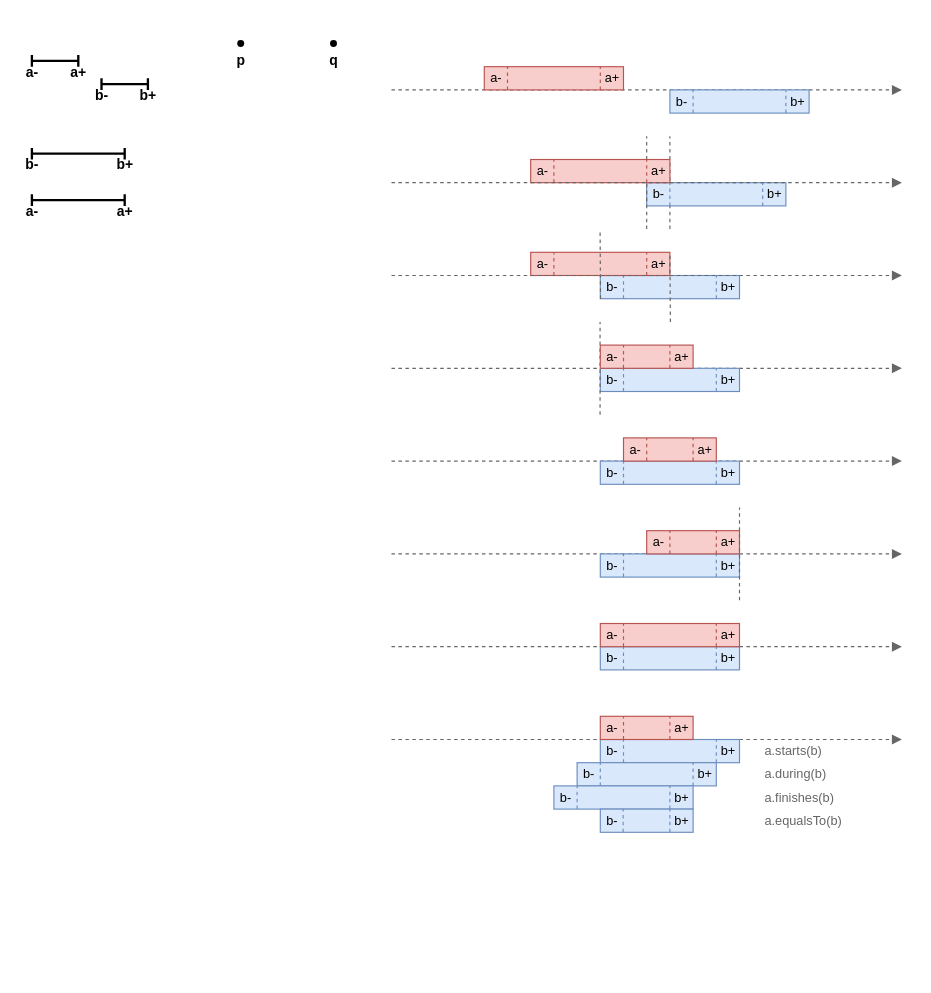
Before: page "Relations-Src" (4 of 4) of res/resources.drawio in gchudnov/mindthegap, a draw.io diagram. Source tidied: cells renumbered, new cells numbered last; positions are measured from the earlier drawing's top-left corner, leaving out a move shared by most shapes. Both pictures are drawn from the tidied source at 116%, with x=0, y=0 at pixel (20, 20).
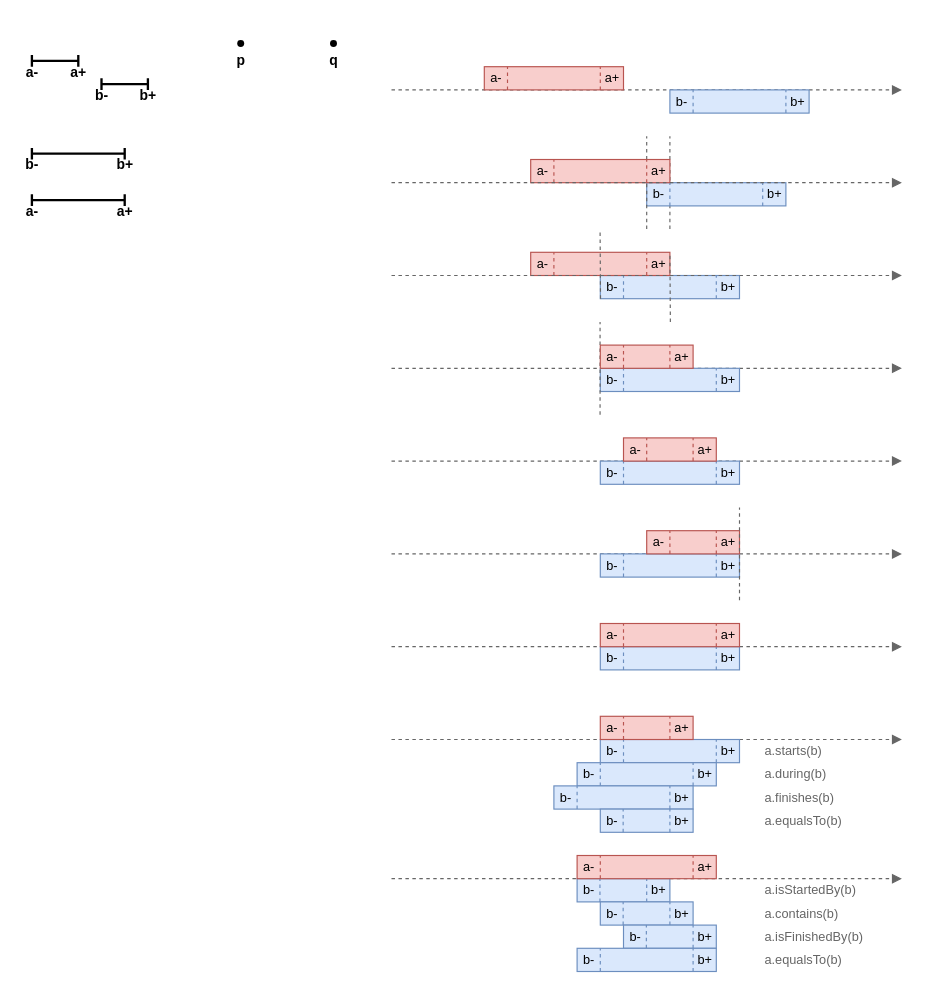
Above is the later version.

Change to the diagram source:
```diff
@@
+    <mxCell id="152" style="endArrow=block;html=1;fontSize=12;strokeWidth=1;fillColor=#f5f5f5;strokeColor=#666666;endFill=1;dashed=1;" parent="1" edge="1">
+      <mxGeometry relative="1" as="geometry">
+        <mxPoint x="320" y="740" as="sourcePoint" />
+        <mxPoint x="760" y="740" as="targetPoint" />
+      </mxGeometry>
+    </mxCell>
+    <mxCell id="153" style="group;" parent="1" vertex="1">
+      <mxGeometry x="480" y="740" width="80" height="20" as="geometry" />
+    </mxCell>
+    <mxCell id="154" style="rounded=0;whiteSpace=wrap;html=1;fontSize=12;strokeWidth=1;fillColor=#dae8fc;strokeColor=#6c8ebf;" parent="153" vertex="1">
+      <mxGeometry width="80" height="20" as="geometry" />
+    </mxCell>
+    <mxCell id="155" value="b-" style="text;html=1;strokeColor=none;fillColor=none;align=center;verticalAlign=middle;rounded=0;fontSize=11;" parent="153" vertex="1">
+      <mxGeometry width="20" height="20" as="geometry" />
+    </mxCell>
+    <mxCell id="156" value="b+" style="text;strokeColor=none;fillColor=none;align=center;verticalAlign=middle;rounded=0;fontSize=11;html=1;spacing=2;" parent="153" vertex="1">
+      <mxGeometry x="60" width="20" height="20" as="geometry" />
+    </mxCell>
+    <mxCell id="157" style="endArrow=none;dashed=1;html=1;strokeWidth=1;fontSize=11;fillColor=#dae8fc;strokeColor=#6c8ebf;" parent="153" edge="1">
+      <mxGeometry relative="1" as="geometry">
+        <mxPoint x="60" y="20" as="sourcePoint" />
+        <mxPoint x="60" as="targetPoint" />
+      </mxGeometry>
+    </mxCell>
+    <mxCell id="158" style="endArrow=none;dashed=1;html=1;strokeWidth=1;fontSize=11;fillColor=#dae8fc;strokeColor=#6c8ebf;" parent="153" edge="1">
+      <mxGeometry relative="1" as="geometry">
+        <mxPoint x="19.7" y="20" as="sourcePoint" />
+        <mxPoint x="19.7" as="targetPoint" />
+      </mxGeometry>
+    </mxCell>
+    <mxCell id="159" value="a.isStartedBy(b)" style="text;html=1;strokeColor=none;fillColor=none;align=left;verticalAlign=middle;whiteSpace=wrap;rounded=0;fontSize=11;fontColor=#666666;" parent="1" vertex="1">
+      <mxGeometry x="640" y="740" width="80" height="20" as="geometry" />
+    </mxCell>
+    <mxCell id="160" value="a.contains(b)" style="text;html=1;strokeColor=none;fillColor=none;align=left;verticalAlign=middle;whiteSpace=wrap;rounded=0;fontSize=11;fontColor=#666666;" parent="1" vertex="1">
+      <mxGeometry x="640" y="760" width="80" height="20" as="geometry" />
+    </mxCell>
+    <mxCell id="161" value="a.isFinishedBy(b)" style="text;html=1;strokeColor=none;fillColor=none;align=left;verticalAlign=middle;whiteSpace=wrap;rounded=0;fontSize=11;fontColor=#666666;" parent="1" vertex="1">
+      <mxGeometry x="640" y="780" width="80" height="20" as="geometry" />
+    </mxCell>
+    <mxCell id="162" value="a.equalsTo(b)" style="text;html=1;strokeColor=none;fillColor=none;align=left;verticalAlign=middle;whiteSpace=wrap;rounded=0;fontSize=11;fontColor=#666666;" parent="1" vertex="1">
+      <mxGeometry x="640" y="800" width="80" height="20" as="geometry" />
+    </mxCell>
+    <mxCell id="163" style="group;" parent="1" vertex="1">
+      <mxGeometry x="480" y="720" width="120" height="20" as="geometry" />
+    </mxCell>
+    <mxCell id="164" style="rounded=0;whiteSpace=wrap;html=1;fontSize=12;strokeWidth=1;fillColor=#f8cecc;strokeColor=#b85450;" parent="163" vertex="1">
+      <mxGeometry width="120" height="20" as="geometry" />
+    </mxCell>
+    <mxCell id="165" value="&lt;p style=&quot;line-height: 1.2&quot;&gt;a-&lt;/p&gt;" style="text;html=1;strokeColor=none;fillColor=none;align=center;verticalAlign=middle;rounded=0;fontSize=11;labelPosition=center;verticalLabelPosition=middle;horizontal=1;" parent="163" vertex="1">
+      <mxGeometry width="20" height="20" as="geometry" />
+    </mxCell>
+    <mxCell id="166" value="a+" style="text;html=1;strokeColor=none;fillColor=none;align=center;verticalAlign=middle;rounded=0;fontSize=11;spacing=2;" parent="163" vertex="1">
+      <mxGeometry x="100" width="20" height="20" as="geometry" />
+    </mxCell>
+    <mxCell id="167" style="endArrow=none;dashed=1;html=1;strokeWidth=1;fontSize=11;fillColor=#f8cecc;strokeColor=#b85450;" parent="163" edge="1">
+      <mxGeometry relative="1" as="geometry">
+        <mxPoint x="100" y="20" as="sourcePoint" />
+        <mxPoint x="100" as="targetPoint" />
+      </mxGeometry>
+    </mxCell>
+    <mxCell id="168" style="endArrow=none;dashed=1;html=1;strokeWidth=1;fontSize=11;fillColor=#f8cecc;strokeColor=#b85450;" parent="163" edge="1">
+      <mxGeometry relative="1" as="geometry">
+        <mxPoint x="20" y="20" as="sourcePoint" />
+        <mxPoint x="20" as="targetPoint" />
+      </mxGeometry>
+    </mxCell>
+    <mxCell id="169" style="group;" parent="1" vertex="1">
+      <mxGeometry x="500" y="760" width="80" height="20" as="geometry" />
+    </mxCell>
+    <mxCell id="170" style="rounded=0;whiteSpace=wrap;html=1;fontSize=12;strokeWidth=1;fillColor=#dae8fc;strokeColor=#6c8ebf;" parent="169" vertex="1">
+      <mxGeometry width="80" height="20" as="geometry" />
+    </mxCell>
+    <mxCell id="171" value="b-" style="text;html=1;strokeColor=none;fillColor=none;align=center;verticalAlign=middle;rounded=0;fontSize=11;" parent="169" vertex="1">
+      <mxGeometry width="20" height="20" as="geometry" />
+    </mxCell>
+    <mxCell id="172" value="b+" style="text;strokeColor=none;fillColor=none;align=center;verticalAlign=middle;rounded=0;fontSize=11;html=1;spacing=2;" parent="169" vertex="1">
+      <mxGeometry x="60" width="20" height="20" as="geometry" />
+    </mxCell>
+    <mxCell id="173" style="endArrow=none;dashed=1;html=1;strokeWidth=1;fontSize=11;fillColor=#dae8fc;strokeColor=#6c8ebf;" parent="169" edge="1">
+      <mxGeometry relative="1" as="geometry">
+        <mxPoint x="60" y="20" as="sourcePoint" />
+        <mxPoint x="60" as="targetPoint" />
+      </mxGeometry>
+    </mxCell>
+    <mxCell id="174" style="endArrow=none;dashed=1;html=1;strokeWidth=1;fontSize=11;fillColor=#dae8fc;strokeColor=#6c8ebf;" parent="169" edge="1">
+      <mxGeometry relative="1" as="geometry">
+        <mxPoint x="19.7" y="20" as="sourcePoint" />
+        <mxPoint x="19.7" as="targetPoint" />
+      </mxGeometry>
+    </mxCell>
+    <mxCell id="175" style="group;" parent="1" vertex="1">
+      <mxGeometry x="520" y="780" width="80" height="20" as="geometry" />
+    </mxCell>
+    <mxCell id="176" style="rounded=0;whiteSpace=wrap;html=1;fontSize=12;strokeWidth=1;fillColor=#dae8fc;strokeColor=#6c8ebf;" parent="175" vertex="1">
+      <mxGeometry width="80" height="20" as="geometry" />
+    </mxCell>
+    <mxCell id="177" value="b-" style="text;html=1;strokeColor=none;fillColor=none;align=center;verticalAlign=middle;rounded=0;fontSize=11;" parent="175" vertex="1">
+      <mxGeometry width="20" height="20" as="geometry" />
+    </mxCell>
+    <mxCell id="178" value="b+" style="text;strokeColor=none;fillColor=none;align=center;verticalAlign=middle;rounded=0;fontSize=11;html=1;spacing=2;" parent="175" vertex="1">
+      <mxGeometry x="60" width="20" height="20" as="geometry" />
+    </mxCell>
+    <mxCell id="179" style="endArrow=none;dashed=1;html=1;strokeWidth=1;fontSize=11;fillColor=#dae8fc;strokeColor=#6c8ebf;" parent="175" edge="1">
+      <mxGeometry relative="1" as="geometry">
+        <mxPoint x="60" y="20" as="sourcePoint" />
+        <mxPoint x="60" as="targetPoint" />
+      </mxGeometry>
+    </mxCell>
+    <mxCell id="180" style="endArrow=none;dashed=1;html=1;strokeWidth=1;fontSize=11;fillColor=#dae8fc;strokeColor=#6c8ebf;" parent="175" edge="1">
+      <mxGeometry relative="1" as="geometry">
+        <mxPoint x="19.7" y="20" as="sourcePoint" />
+        <mxPoint x="19.7" as="targetPoint" />
+      </mxGeometry>
+    </mxCell>
+    <mxCell id="181" style="group;" parent="1" vertex="1">
+      <mxGeometry x="480" y="800" width="120" height="20" as="geometry" />
+    </mxCell>
+    <mxCell id="182" style="rounded=0;whiteSpace=wrap;html=1;fontSize=12;strokeWidth=1;fillColor=#dae8fc;strokeColor=#6c8ebf;" parent="181" vertex="1">
+      <mxGeometry width="120" height="20" as="geometry" />
+    </mxCell>
+    <mxCell id="183" value="b-" style="text;html=1;strokeColor=none;fillColor=none;align=center;verticalAlign=middle;rounded=0;fontSize=11;" parent="181" vertex="1">
+      <mxGeometry width="20" height="20" as="geometry" />
+    </mxCell>
+    <mxCell id="184" value="b+" style="text;strokeColor=none;fillColor=none;align=center;verticalAlign=middle;rounded=0;fontSize=11;html=1;spacing=2;" parent="181" vertex="1">
+      <mxGeometry x="100" width="20" height="20" as="geometry" />
+    </mxCell>
+    <mxCell id="185" style="endArrow=none;dashed=1;html=1;strokeWidth=1;fontSize=11;fillColor=#dae8fc;strokeColor=#6c8ebf;" parent="181" edge="1">
+      <mxGeometry relative="1" as="geometry">
+        <mxPoint x="100" y="20" as="sourcePoint" />
+        <mxPoint x="100" as="targetPoint" />
+      </mxGeometry>
+    </mxCell>
+    <mxCell id="186" style="endArrow=none;dashed=1;html=1;strokeWidth=1;fontSize=11;fillColor=#dae8fc;strokeColor=#6c8ebf;" parent="181" edge="1">
+      <mxGeometry relative="1" as="geometry">
+        <mxPoint x="20" y="20" as="sourcePoint" />
+        <mxPoint x="20" as="targetPoint" />
+      </mxGeometry>
+    </mxCell>
```
